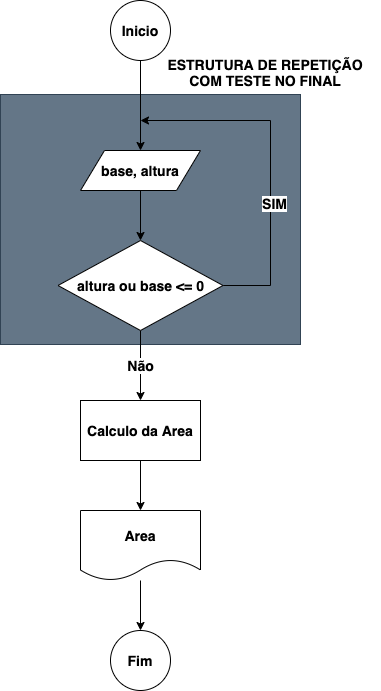
This is CodeClasses/LoopCodes/cod7.drawio.png from maumneto/IntroductionComputerScience, a draw.io export, as it was before one commit. Source tidied: cells renumbered, new cells last; positions are measured from the earlier drawing's top-left corner, leaving out a move shared by most shapes.
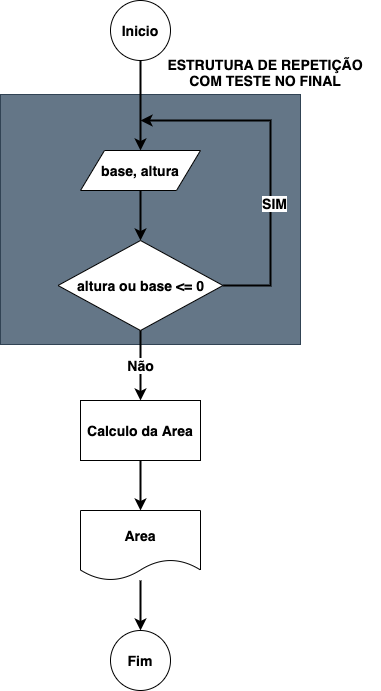
The same file after the commit.

What changed in the source:
```diff
@@ -5,7 +5,7 @@
     <mxCell id="2" style="rounded=0;whiteSpace=wrap;html=1;fillColor=#647687;strokeColor=#314354;fontColor=#ffffff;" parent="1" vertex="1">
       <mxGeometry y="94" width="300" height="250" as="geometry" />
     </mxCell>
-    <mxCell id="3" style="edgeStyle=orthogonalEdgeStyle;rounded=0;jettySize=auto;html=1;fontSize=14;fontStyle=1;" parent="1" edge="1" source="4" target="7">
+    <mxCell id="3" style="edgeStyle=orthogonalEdgeStyle;rounded=0;jettySize=auto;html=1;fontSize=14;fontStyle=1;strokeWidth=2;" parent="1" edge="1" source="4" target="7">
       <mxGeometry relative="1" as="geometry" />
     </mxCell>
     <mxCell id="4" value="Inicio" style="ellipse;whiteSpace=wrap;html=1;fontSize=14;fontStyle=1;" parent="1" vertex="1">
@@ -14,13 +14,13 @@
     <mxCell id="5" value="Fim" style="ellipse;whiteSpace=wrap;html=1;fontSize=14;fontStyle=1;" parent="1" vertex="1">
       <mxGeometry x="110" y="630" width="60" height="60" as="geometry" />
     </mxCell>
-    <mxCell id="6" style="edgeStyle=orthogonalEdgeStyle;rounded=0;jettySize=auto;html=1;fontSize=14;fontStyle=1;" parent="1" edge="1" source="7" target="11">
+    <mxCell id="6" style="edgeStyle=orthogonalEdgeStyle;rounded=0;jettySize=auto;html=1;fontSize=14;fontStyle=1;strokeWidth=2;" parent="1" edge="1" source="7" target="11">
       <mxGeometry relative="1" as="geometry" />
     </mxCell>
     <mxCell id="7" value="base, altura" style="shape=parallelogram;perimeter=parallelogramPerimeter;whiteSpace=wrap;html=1;fontSize=14;fontStyle=1;" parent="1" vertex="1">
       <mxGeometry x="80" y="150" width="120" height="40" as="geometry" />
     </mxCell>
-    <mxCell id="8" style="edgeStyle=orthogonalEdgeStyle;rounded=0;jettySize=auto;html=1;fontSize=14;fontStyle=1;" parent="1" edge="1" source="11">
+    <mxCell id="8" style="edgeStyle=orthogonalEdgeStyle;rounded=0;jettySize=auto;html=1;fontSize=14;fontStyle=1;strokeWidth=2;" parent="1" edge="1" source="11">
       <mxGeometry relative="1" as="geometry">
         <mxPoint x="140" y="120" as="targetPoint" />
         <Array as="points">
@@ -32,19 +32,19 @@
     <mxCell id="9" value="SIM" style="edgeLabel;html=1;align=center;verticalAlign=middle;fontSize=14;fontStyle=1;" parent="8" vertex="1">
       <mxGeometry x="-0.24" y="-3" relative="1" as="geometry" />
     </mxCell>
-    <mxCell id="10" value="Não" style="edgeStyle=orthogonalEdgeStyle;rounded=0;jettySize=auto;html=1;fontSize=14;fontStyle=1;" parent="1" edge="1" source="11" target="13">
+    <mxCell id="10" value="Não" style="edgeStyle=orthogonalEdgeStyle;rounded=0;jettySize=auto;html=1;fontSize=14;fontStyle=1;strokeWidth=2;" parent="1" edge="1" source="11" target="13">
       <mxGeometry relative="1" as="geometry" />
     </mxCell>
     <mxCell id="11" value="altura ou base &amp;lt;= 0" style="rhombus;whiteSpace=wrap;html=1;fontSize=14;fontStyle=1;" parent="1" vertex="1">
       <mxGeometry x="57.5" y="240" width="165" height="90" as="geometry" />
     </mxCell>
-    <mxCell id="12" style="edgeStyle=orthogonalEdgeStyle;rounded=0;jettySize=auto;html=1;fontSize=14;fontStyle=1;" parent="1" edge="1" source="13" target="15">
+    <mxCell id="12" style="edgeStyle=orthogonalEdgeStyle;rounded=0;jettySize=auto;html=1;fontSize=14;fontStyle=1;strokeWidth=2;" parent="1" edge="1" source="13" target="15">
       <mxGeometry relative="1" as="geometry" />
     </mxCell>
     <mxCell id="13" value="Calculo da Area" style="rounded=0;whiteSpace=wrap;html=1;fontSize=14;fontStyle=1;" parent="1" vertex="1">
       <mxGeometry x="80" y="400" width="120" height="60" as="geometry" />
     </mxCell>
-    <mxCell id="14" style="edgeStyle=orthogonalEdgeStyle;rounded=0;jettySize=auto;html=1;fontSize=14;fontStyle=1;" parent="1" edge="1" source="15" target="5">
+    <mxCell id="14" style="edgeStyle=orthogonalEdgeStyle;rounded=0;jettySize=auto;html=1;fontSize=14;fontStyle=1;strokeWidth=2;" parent="1" edge="1" source="15" target="5">
       <mxGeometry relative="1" as="geometry" />
     </mxCell>
     <mxCell id="15" value="Area" style="shape=document;whiteSpace=wrap;html=1;boundedLbl=1;fontSize=14;fontStyle=1;" parent="1" vertex="1">
```
